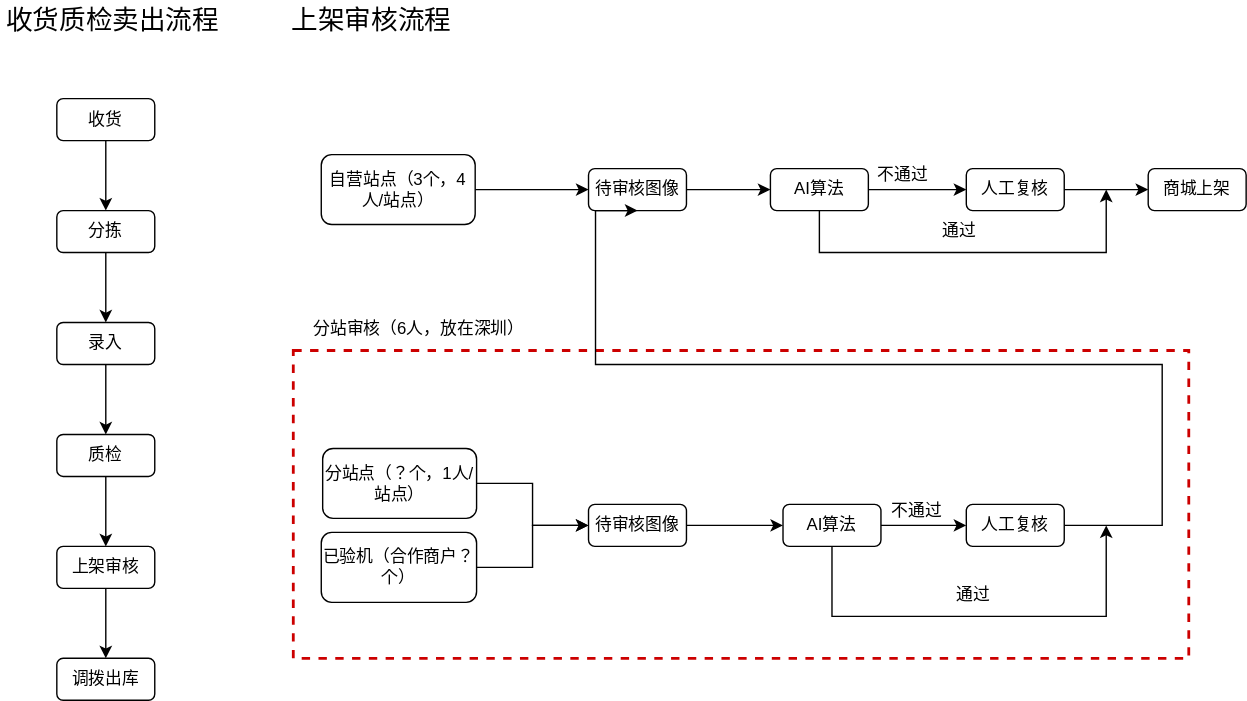
Earlier version of the draw.io export 上架审核业务流程.drawio.svg (Linranran/my_images). Source tidied: cells renumbered, new cells last; positions are measured from the earlier drawing's top-left corner, leaving out a move shared by most shapes.
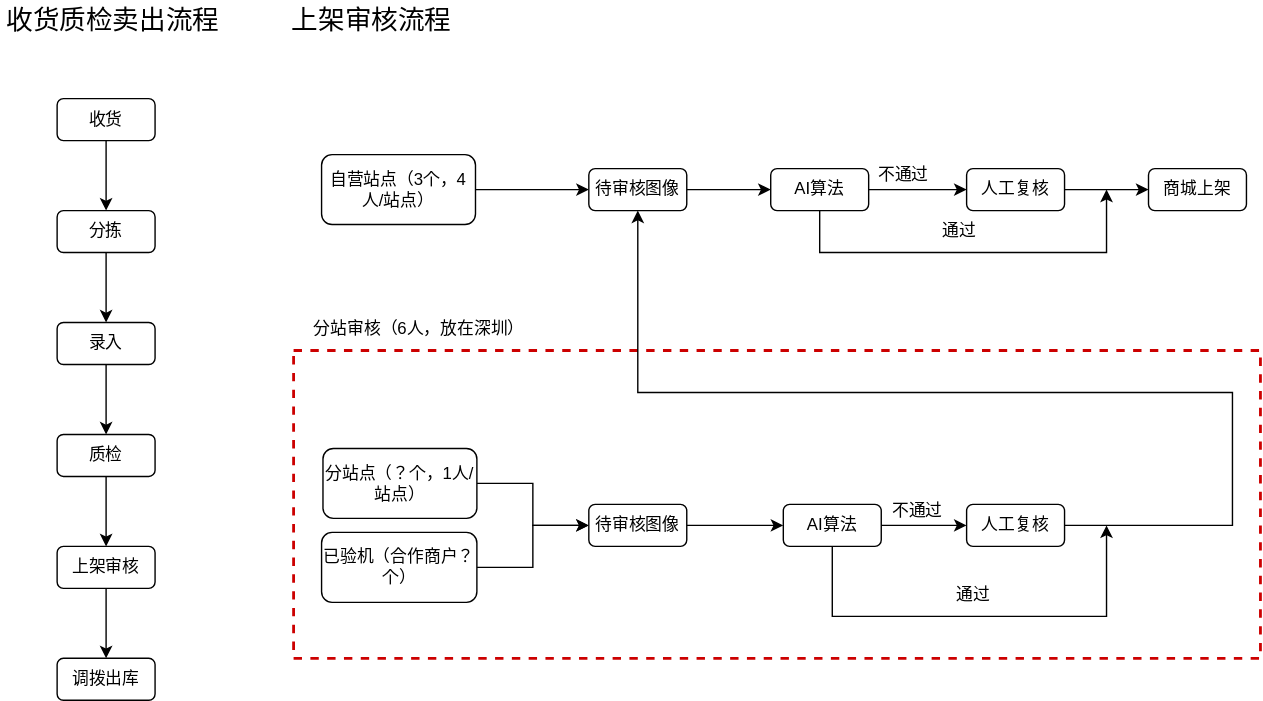
After the commit.

Commit message:
Update 上架审核业务流程.drawio.svg

Change to the diagram source:
```diff
@@ -3,7 +3,7 @@
     <mxCell id="0" />
     <mxCell id="1" parent="0" />
     <mxCell id="2" style="rounded=0;whiteSpace=wrap;html=1;fillColor=none;dashed=1;strokeWidth=2;strokeColor=#CC0000;shadow=0;" parent="1" vertex="1">
-      <mxGeometry x="209" y="250" width="640" height="220" as="geometry" />
+      <mxGeometry x="209" y="250" width="691" height="220" as="geometry" />
     </mxCell>
     <mxCell id="3" style="edgeStyle=orthogonalEdgeStyle;rounded=0;jettySize=auto;html=1;" parent="1" edge="1" source="4" target="6">
       <mxGeometry relative="1" as="geometry" />
@@ -113,12 +113,12 @@
     <mxCell id="34" value="AI算法" style="rounded=1;whiteSpace=wrap;html=1;" parent="1" vertex="1">
       <mxGeometry x="559" y="360" width="70" height="30" as="geometry" />
     </mxCell>
-    <mxCell id="35" style="edgeStyle=orthogonalEdgeStyle;rounded=0;jettySize=auto;html=1;entryX=0.5;entryY=1;entryDx=0;entryDy=0;" parent="1" edge="1" source="36" target="19">
+    <mxCell id="35" style="edgeStyle=orthogonalEdgeStyle;rounded=0;jettySize=auto;html=1;entryX=0.5;entryY=1;entryDx=0;entryDy=0;fontSize=19;" parent="1" edge="1" source="36" target="19">
       <mxGeometry relative="1" as="geometry">
         <Array as="points">
-          <mxPoint x="830" y="375" />
-          <mxPoint x="830" y="260" />
-          <mxPoint x="425" y="260" />
+          <mxPoint x="880" y="375" />
+          <mxPoint x="880" y="280" />
+          <mxPoint x="455" y="280" />
         </Array>
       </mxGeometry>
     </mxCell>
```
